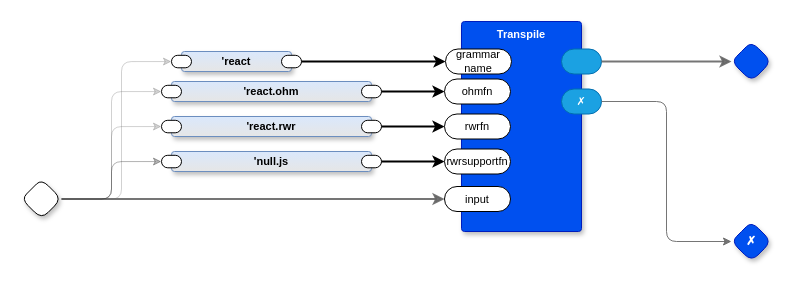
Before: page "Coverage t2t" (2 of 2) of coverage.drawio in guitarvydas/coverage, a draw.io diagram. Source tidied: cells renumbered, new cells numbered last; positions are measured from the earlier drawing's top-left corner, leaving out a move shared by most shapes. Both pictures are drawn from the tidied source at 100%, with x=0, y=0 at pixel (21, 21).
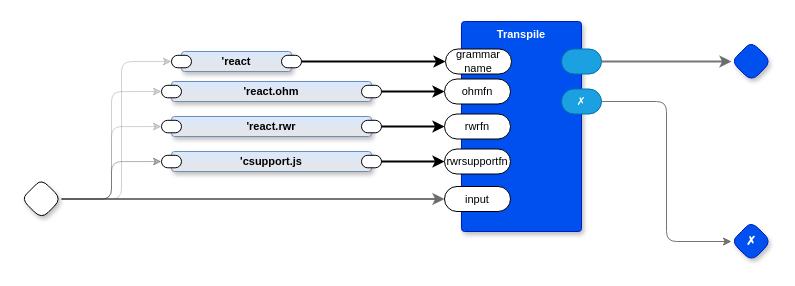
The same diagram, later.

Diff of the diagram source:
```diff
@@
-    <mxCell id="23" value="'null.js" style="rounded=1;whiteSpace=wrap;html=1;sketch=0;verticalAlign=middle;arcSize=6;fontStyle=1;absoluteArcSize=1;shadow=1;strokeColor=#6c8ebf;fillColor=#dae8fc;fontFamily=Helvetica;fontSize=11;gradientColor=#E6E6E6;" parent="1" vertex="1">
+    <mxCell id="23" value="'csupport.js" style="rounded=1;whiteSpace=wrap;html=1;sketch=0;verticalAlign=middle;arcSize=6;fontStyle=1;absoluteArcSize=1;shadow=1;strokeColor=#6c8ebf;fillColor=#dae8fc;fontFamily=Helvetica;fontSize=11;gradientColor=#E6E6E6;" parent="1" vertex="1">
       <mxGeometry x="150" y="130" width="200" height="20" as="geometry" />
     </mxCell>
```
